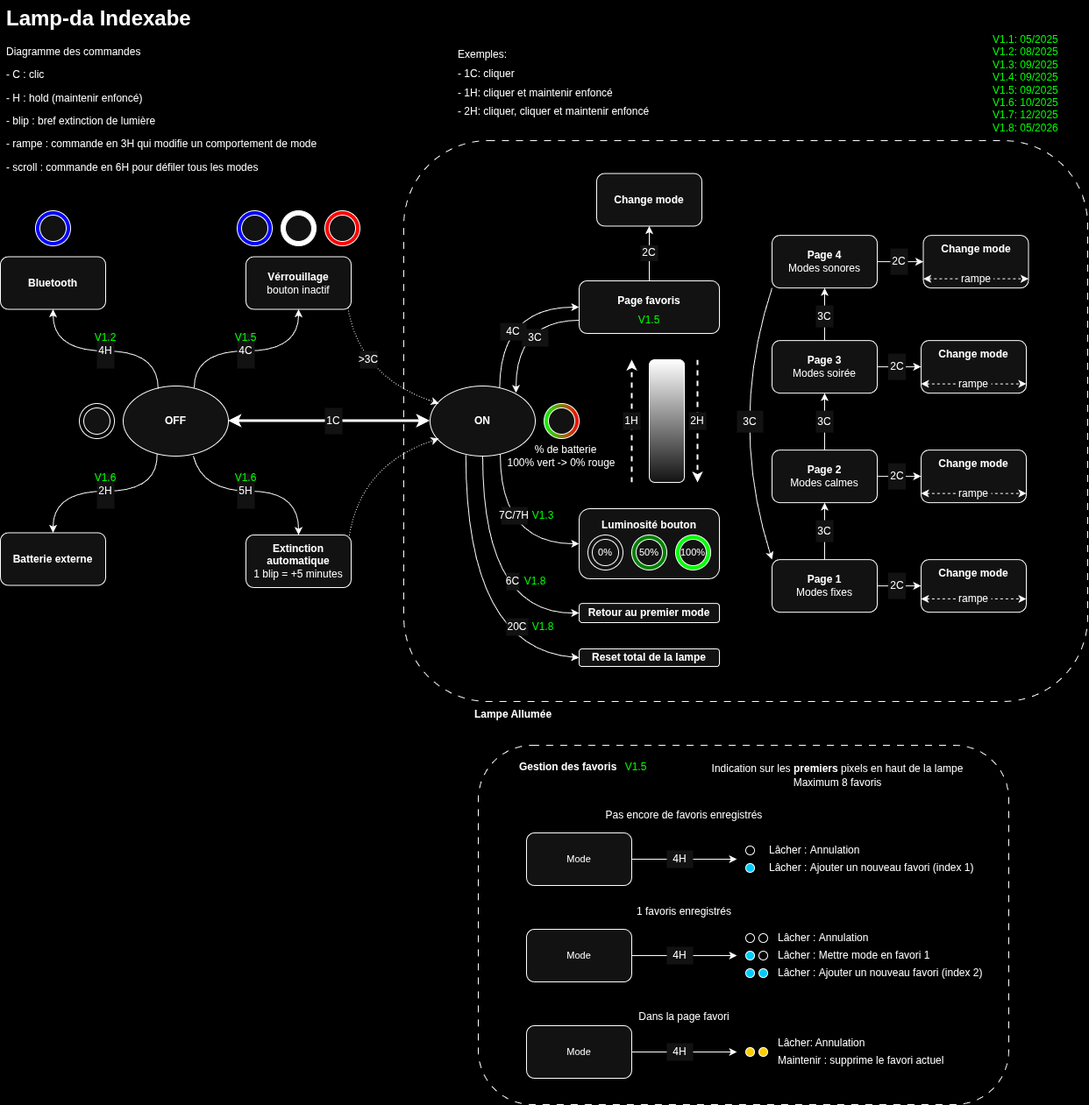
Before: Medias/Diagramme_commandes-Indexable.png, a diagram exported from draw.io (BaptisteHudyma/Lamp-Da). Source tidied: cells renumbered, new cells last; positions are measured from the earlier drawing's top-left corner, leaving out a move shared by most shapes.
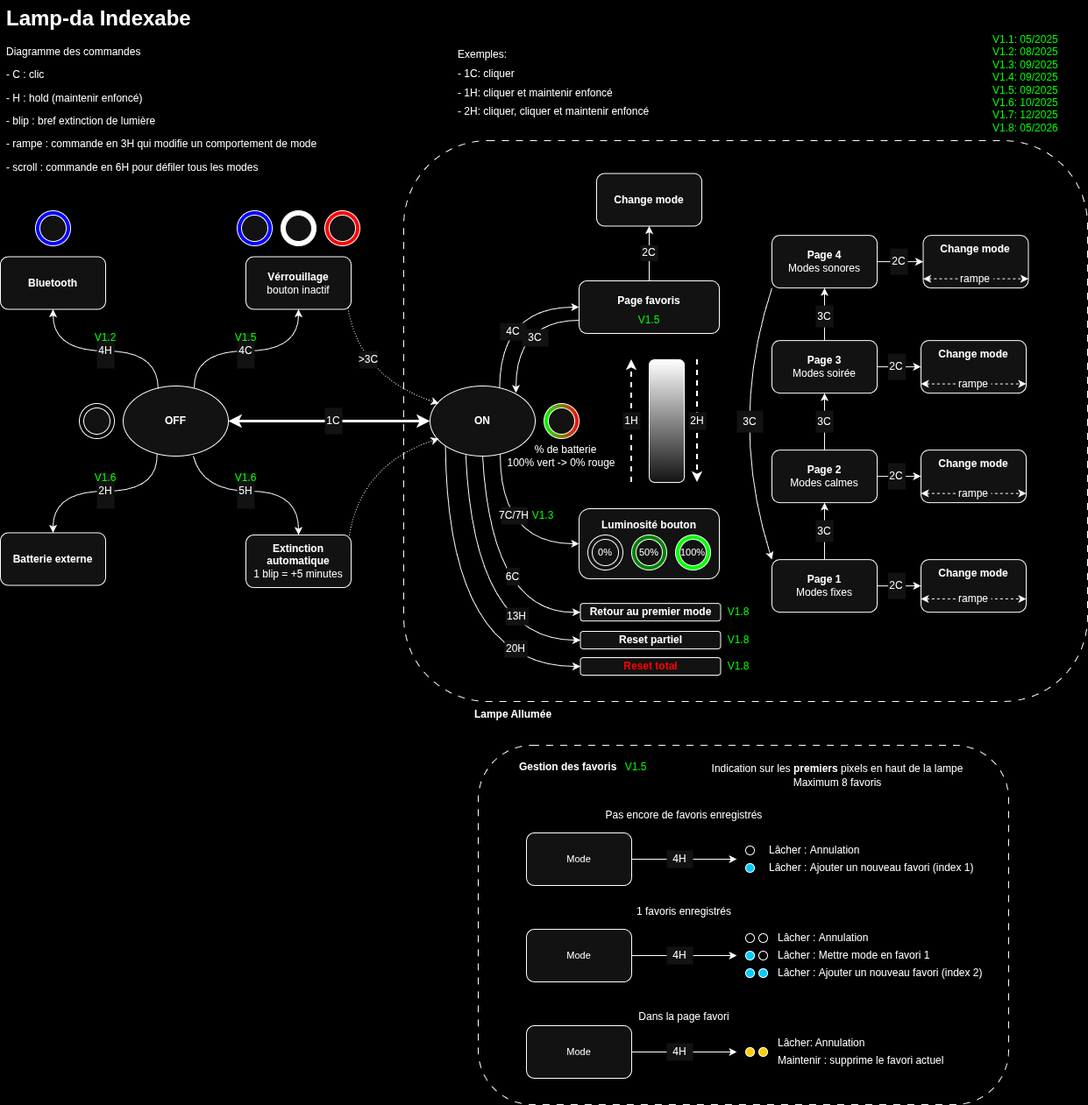
After the commit.

Commit message:
Add 13H for user parameters reset

Change to the diagram source:
```diff
@@ -5,6 +5,13 @@
     <mxCell id="2" style="rounded=1;whiteSpace=wrap;html=1;fillColor=none;dashed=1;dashPattern=8 8;" parent="1" vertex="1">
       <mxGeometry x="460" y="160" width="780" height="640" as="geometry" />
     </mxCell>
+    <mxCell id="143" style="curved=1;endArrow=classic;html=1;rounded=0;entryX=0;entryY=0.5;entryDx=0;entryDy=0;exitX=0;exitY=1;exitDx=0;exitDy=0;" parent="1" edge="1" source="6" target="147">
+      <mxGeometry relative="1" as="geometry">
+        <Array as="points">
+          <mxPoint x="510" y="760" />
+        </Array>
+      </mxGeometry>
+    </mxCell>
     <mxCell id="3" value="&lt;b&gt;Luminosité bouton&lt;/b&gt;&lt;div&gt;&lt;b&gt;&lt;br&gt;&lt;/b&gt;&lt;/div&gt;&lt;div&gt;&lt;b&gt;&lt;br&gt;&lt;/b&gt;&lt;/div&gt;&lt;div&gt;&lt;b&gt;&lt;br&gt;&lt;/b&gt;&lt;/div&gt;" style="rounded=1;whiteSpace=wrap;html=1;" parent="1" vertex="1">
       <mxGeometry x="660" y="580" width="160" height="80" as="geometry" />
     </mxCell>
@@ -471,37 +478,46 @@
     <mxCell id="134" value="V1.5" style="text;html=1;align=center;verticalAlign=middle;whiteSpace=wrap;rounded=0;fontColor=#00FF00;" parent="1" vertex="1">
       <mxGeometry x="695" y="860" width="60" height="30" as="geometry" />
     </mxCell>
-    <mxCell id="135" value="&lt;div&gt;&lt;b&gt;Retour au premier mode&lt;/b&gt;&lt;/div&gt;" style="rounded=1;whiteSpace=wrap;html=1;" parent="1" vertex="1">
-      <mxGeometry x="660" y="688.1" width="160" height="21.9" as="geometry" />
-    </mxCell>
-    <mxCell id="136" style="curved=1;endArrow=classic;html=1;rounded=0;entryX=0;entryY=0.5;entryDx=0;entryDy=0;exitX=0.5;exitY=1;exitDx=0;exitDy=0;" parent="1" edge="1" source="6" target="135">
+    <mxCell id="136" style="curved=1;endArrow=classic;html=1;rounded=0;exitX=0.5;exitY=1;exitDx=0;exitDy=0;entryX=0;entryY=0.5;entryDx=0;entryDy=0;" parent="1" edge="1" source="6" target="135">
       <mxGeometry relative="1" as="geometry">
         <Array as="points">
-          <mxPoint x="550" y="700" />
+          <mxPoint x="560" y="700" />
         </Array>
       </mxGeometry>
     </mxCell>
     <mxCell id="137" value="6C" style="text;html=1;align=center;verticalAlign=middle;whiteSpace=wrap;rounded=0;fillColor=default;" parent="1" vertex="1">
-      <mxGeometry x="577" y="653.1" width="15" height="20" as="geometry" />
+      <mxGeometry x="577.5" y="647.5" width="15" height="20" as="geometry" />
     </mxCell>
-    <mxCell id="138" value="V1.8" style="text;html=1;align=center;verticalAlign=middle;whiteSpace=wrap;rounded=0;fontColor=#00FF00;" parent="1" vertex="1">
-      <mxGeometry x="580" y="648.1" width="60" height="30" as="geometry" />
-    </mxCell>
-    <mxCell id="139" value="&lt;div&gt;&lt;b&gt;Reset total de la lampe&lt;/b&gt;&lt;/div&gt;" style="rounded=1;whiteSpace=wrap;html=1;" parent="1" vertex="1">
-      <mxGeometry x="660" y="740" width="160" height="20" as="geometry" />
-    </mxCell>
-    <mxCell id="140" style="curved=1;endArrow=classic;html=1;rounded=0;entryX=0;entryY=0.5;entryDx=0;entryDy=0;exitX=0.34;exitY=0.985;exitDx=0;exitDy=0;exitPerimeter=0;" parent="1" edge="1" source="6" target="139">
+    <mxCell id="140" style="curved=1;endArrow=classic;html=1;rounded=0;entryX=0;entryY=0.5;entryDx=0;entryDy=0;exitX=0.34;exitY=0.985;exitDx=0;exitDy=0;exitPerimeter=0;" parent="1" edge="1" source="6" target="144">
       <mxGeometry relative="1" as="geometry">
         <Array as="points">
-          <mxPoint x="531" y="740" />
+          <mxPoint x="540" y="730" />
         </Array>
       </mxGeometry>
     </mxCell>
-    <mxCell id="141" value="20C" style="text;html=1;align=center;verticalAlign=middle;whiteSpace=wrap;rounded=0;fillColor=default;" parent="1" vertex="1">
-      <mxGeometry x="577" y="705" width="25" height="20" as="geometry" />
-    </mxCell>
-    <mxCell id="142" value="V1.8" style="text;html=1;align=center;verticalAlign=middle;whiteSpace=wrap;rounded=0;fontColor=#00FF00;" parent="1" vertex="1">
-      <mxGeometry x="588.8" y="700" width="60" height="30" as="geometry" />
-    </mxCell>
+    <mxCell id="135" value="&lt;div&gt;&lt;b&gt;Retour au premier mode&lt;/b&gt;&lt;/div&gt;" style="rounded=1;whiteSpace=wrap;html=1;" parent="1" vertex="1">
+      <mxGeometry x="661.5" y="688.1" width="160" height="20" as="geometry" />
+    </mxCell>
+    <mxCell id="144" value="&lt;b&gt;Reset partiel&lt;/b&gt;" style="rounded=1;whiteSpace=wrap;html=1;" parent="1" vertex="1">
+      <mxGeometry x="661.5" y="720" width="160" height="20" as="geometry" />
+    </mxCell>
+    <mxCell id="145" value="13H" style="text;html=1;align=center;verticalAlign=middle;whiteSpace=wrap;rounded=0;fillColor=default;" parent="1" vertex="1">
+      <mxGeometry x="576.4" y="693.1" width="26.2" height="20" as="geometry" />
+    </mxCell>
+    <mxCell id="146" value="V1.8" style="text;html=1;align=center;verticalAlign=middle;whiteSpace=wrap;rounded=0;fontColor=#00FF00;" parent="1" vertex="1">
+      <mxGeometry x="811.5" y="683.1" width="60" height="30" as="geometry" />
+    </mxCell>
+    <mxCell id="147" value="&lt;b&gt;&lt;font style=&quot;color: rgb(255, 0, 0);&quot;&gt;Reset total&lt;/font&gt;&lt;/b&gt;" style="rounded=1;whiteSpace=wrap;html=1;" parent="1" vertex="1">
+      <mxGeometry x="661.5" y="750" width="160" height="20" as="geometry" />
+    </mxCell>
+    <mxCell id="148" value="20H" style="text;html=1;align=center;verticalAlign=middle;whiteSpace=wrap;rounded=0;fillColor=default;" parent="1" vertex="1">
+      <mxGeometry x="575" y="730" width="26.2" height="20" as="geometry" />
+    </mxCell>
+    <mxCell id="149" value="V1.8" style="text;html=1;align=center;verticalAlign=middle;whiteSpace=wrap;rounded=0;fontColor=#00FF00;" parent="1" vertex="1">
+      <mxGeometry x="811.5" y="715" width="60" height="30" as="geometry" />
+    </mxCell>
+    <mxCell id="150" value="V1.8" style="text;html=1;align=center;verticalAlign=middle;whiteSpace=wrap;rounded=0;fontColor=#00FF00;" parent="1" vertex="1">
+      <mxGeometry x="811.5" y="745" width="60" height="30" as="geometry" />
+    </mxCell>
   </root>
 </mxGraphModel>
```
